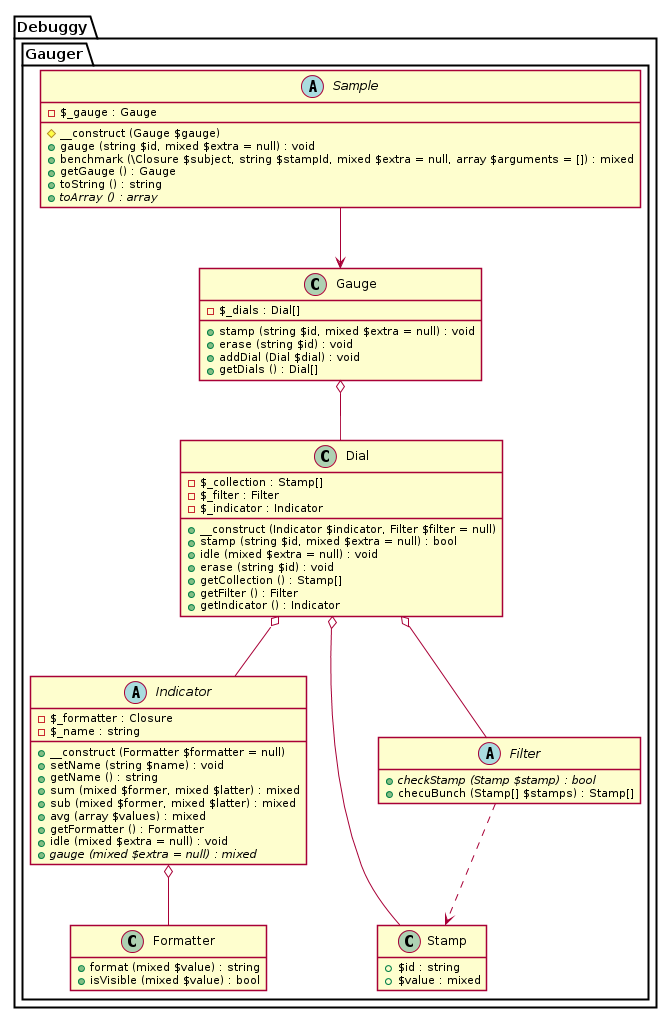
Before: uml/plantuml/sample.png, a diagram exported from PlantUML (dnsl48/gauger).
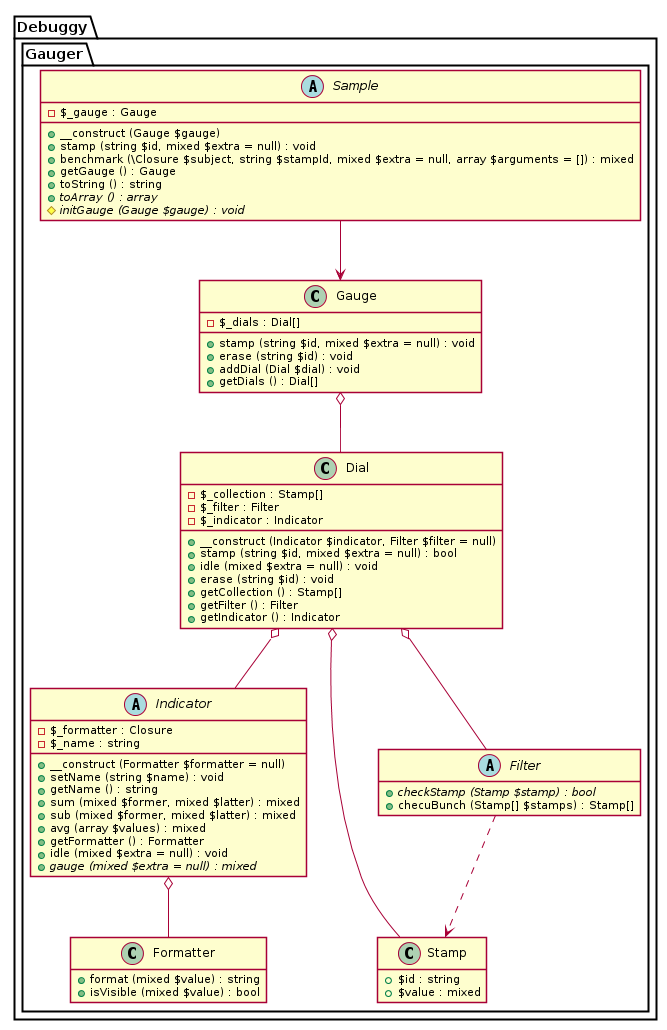
After the change.

Commit message:
Fix UML; Sample::initGauge is abstract now

The edit, as a diff of the source:
```diff
@@ -131,12 +131,13 @@
 	namespace Gauger {
 		abstract class "Sample" as _Sample {
 			- $_gauge : Gauge
-			# __construct (Gauge $gauge)
-			+ gauge (string $id, mixed $extra = null) : void
+			+ __construct (Gauge $gauge)
+			+ stamp (string $id, mixed $extra = null) : void
 			+ benchmark (\Closure $subject, string $stampId, mixed $extra = null, array $arguments = []) : mixed
 			+ getGauge () : Gauge
 			+ toString () : string
 			+ {abstract} toArray () : array
+			# {abstract} initGauge (Gauge $gauge) : void
 		}
 
 		_Sample --> Gauge
```
